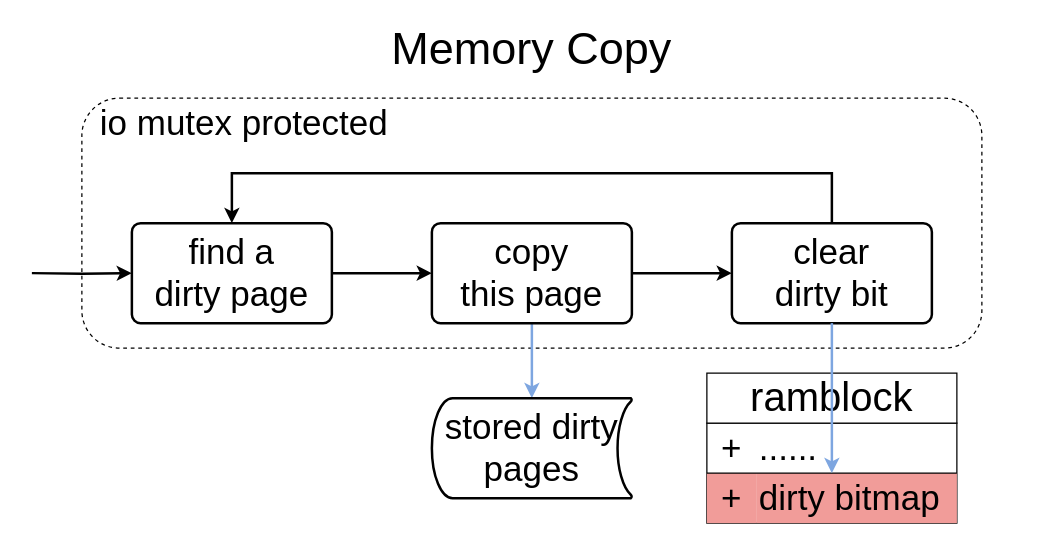
Earlier version of the draw.io diagram mid-report/motivation.memory-copy.drawio (xuyizhe1999/drawio). Source tidied: cells renumbered, new cells numbered last; positions are measured from the earlier drawing's top-left corner, leaving out a move shared by most shapes. Both pictures are drawn from the tidied source at 125%, with x=0, y=0 at pixel (31, 22).
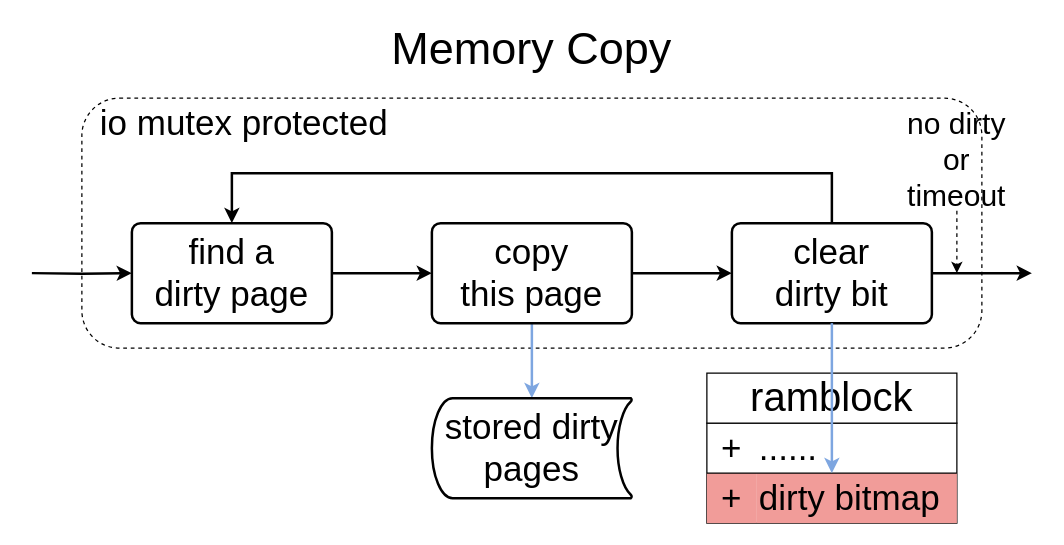
After the change.

What changed in the source:
```diff
@@
+    <mxCell id="22" style="edgeStyle=orthogonalEdgeStyle;rounded=0;orthogonalLoop=1;jettySize=auto;html=1;exitX=1;exitY=0.5;exitDx=0;exitDy=0;entryX=0;entryY=0.5;entryDx=0;entryDy=0;strokeWidth=2;" parent="1" edge="1">
+      <mxGeometry relative="1" as="geometry">
+        <mxPoint x="720" y="200" as="sourcePoint" />
+        <mxPoint x="800" y="200" as="targetPoint" />
+      </mxGeometry>
+    </mxCell>
+    <mxCell id="23" style="edgeStyle=orthogonalEdgeStyle;rounded=0;jettySize=auto;html=1;exitX=0.5;exitY=1;exitDx=0;exitDy=0;dashed=1;" parent="1" edge="1" source="24">
+      <mxGeometry relative="1" as="geometry">
+        <mxPoint x="740" y="200" as="targetPoint" />
+      </mxGeometry>
+    </mxCell>
+    <mxCell id="24" value="&lt;font style=&quot;font-size: 24px;&quot;&gt;no dirty&lt;br&gt;or&lt;br&gt;timeout&lt;/font&gt;" style="text;html=1;strokeColor=none;fillColor=none;align=center;verticalAlign=middle;whiteSpace=wrap;rounded=0;" parent="1" vertex="1">
+      <mxGeometry x="680" y="70" width="120" height="80" as="geometry" />
+    </mxCell>
```
